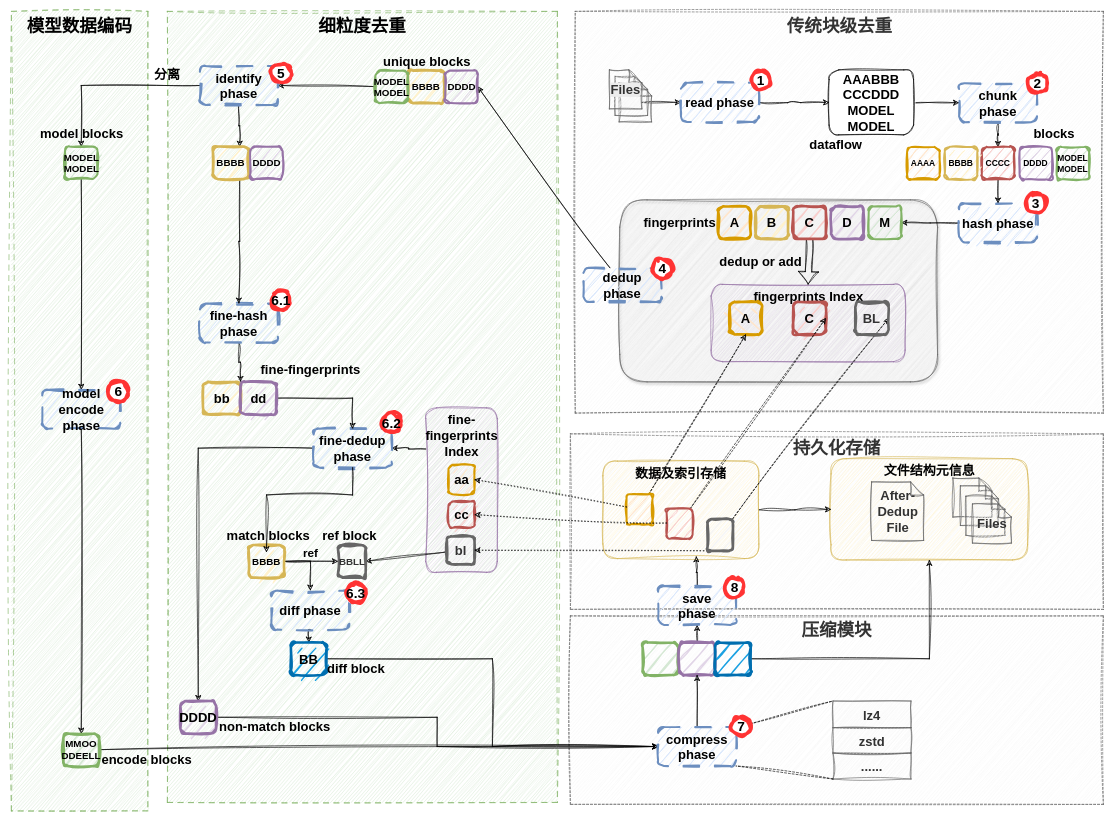
Above: figures/0309系统去重存储工作流.drawio in lucky6six/SJTU-lz (draw.io), before the change. Source tidied: cells renumbered, new cells numbered last; positions are measured from the earlier drawing's top-left corner, leaving out a move shared by most shapes. Both pictures are drawn from the tidied source at 65%, with x=0, y=0 at pixel (11, 11).
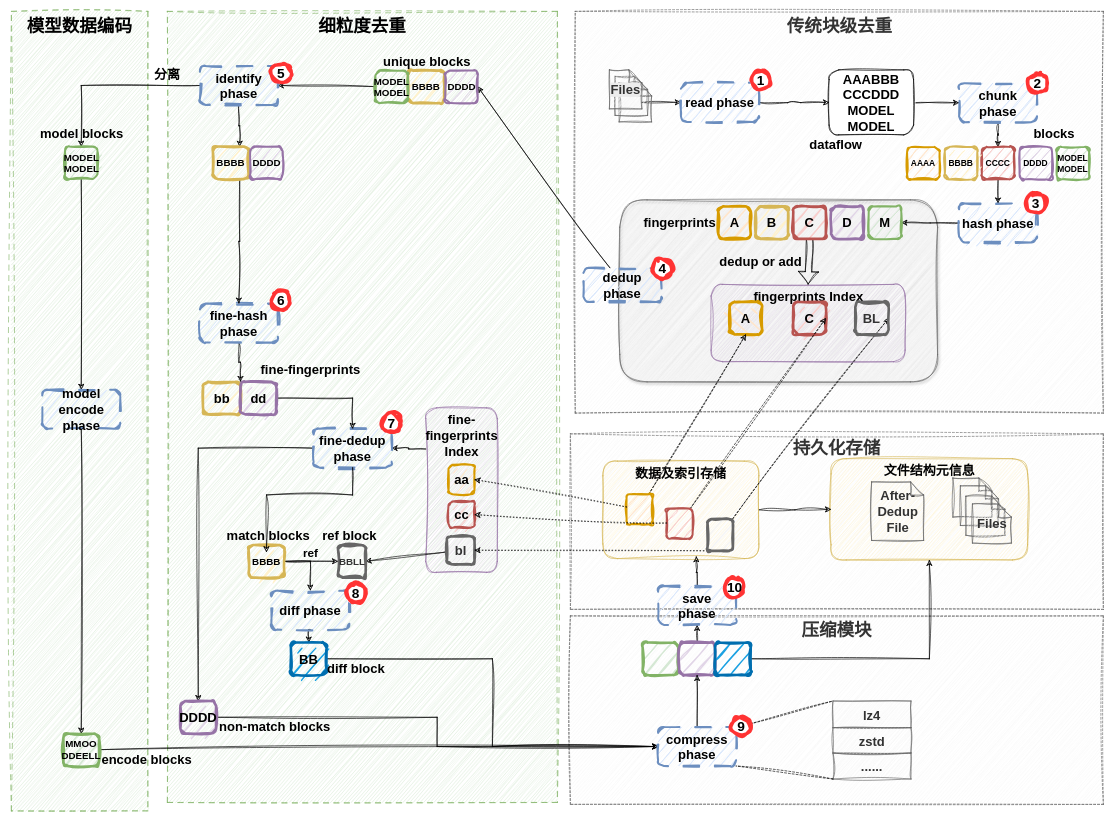
Above is the later version.

The edit, as a diff of the source:
```diff
@@
-    <mxCell id="126" value="6" style="ellipse;whiteSpace=wrap;html=1;strokeWidth=5;rotation=0;fontSize=21;fontStyle=1;strokeColor=#FF3333;sketch=1;curveFitting=1;jiggle=2;" parent="1" vertex="1">
-      <mxGeometry x="150" y="570" width="30" height="30" as="geometry" />
-    </mxCell>
-    <mxCell id="127" value="6.1" style="ellipse;whiteSpace=wrap;html=1;strokeWidth=5;rotation=0;fontSize=21;fontStyle=1;strokeColor=#FF3333;sketch=1;curveFitting=1;jiggle=2;" parent="1" vertex="1">
+    <mxCell id="127" value="6" style="ellipse;whiteSpace=wrap;html=1;strokeWidth=5;rotation=0;fontSize=21;fontStyle=1;strokeColor=#FF3333;sketch=1;curveFitting=1;jiggle=2;" parent="1" vertex="1">
       <mxGeometry x="400" y="430" width="30" height="30" as="geometry" />
     </mxCell>
-    <mxCell id="128" value="6.2" style="ellipse;whiteSpace=wrap;html=1;strokeWidth=5;rotation=0;fontSize=21;fontStyle=1;strokeColor=#FF3333;sketch=1;curveFitting=1;jiggle=2;" parent="1" vertex="1">
+    <mxCell id="128" value="7" style="ellipse;whiteSpace=wrap;html=1;strokeWidth=5;rotation=0;fontSize=21;fontStyle=1;strokeColor=#FF3333;sketch=1;curveFitting=1;jiggle=2;" parent="1" vertex="1">
       <mxGeometry x="570" y="618" width="30" height="30" as="geometry" />
     </mxCell>
-    <mxCell id="129" value="6.3" style="ellipse;whiteSpace=wrap;html=1;strokeWidth=5;rotation=0;fontSize=21;fontStyle=1;strokeColor=#FF3333;sketch=1;curveFitting=1;jiggle=2;" parent="1" vertex="1">
+    <mxCell id="129" value="8" style="ellipse;whiteSpace=wrap;html=1;strokeWidth=5;rotation=0;fontSize=21;fontStyle=1;strokeColor=#FF3333;sketch=1;curveFitting=1;jiggle=2;" parent="1" vertex="1">
       <mxGeometry x="515" y="880" width="30" height="30" as="geometry" />
     </mxCell>
@@
-    <mxCell id="131" value="7" style="ellipse;whiteSpace=wrap;html=1;strokeWidth=5;rotation=0;fontSize=21;fontStyle=1;strokeColor=#FF3333;sketch=1;curveFitting=1;jiggle=2;" parent="1" vertex="1">
+    <mxCell id="131" value="9" style="ellipse;whiteSpace=wrap;html=1;strokeWidth=5;rotation=0;fontSize=21;fontStyle=1;strokeColor=#FF3333;sketch=1;curveFitting=1;jiggle=2;" parent="1" vertex="1">
       <mxGeometry x="1107.5" y="1085" width="30" height="30" as="geometry" />
     </mxCell>
@@
-    <mxCell id="133" value="8" style="ellipse;whiteSpace=wrap;html=1;strokeWidth=5;rotation=0;fontSize=21;fontStyle=1;strokeColor=#FF3333;sketch=1;curveFitting=1;jiggle=2;" parent="1" vertex="1">
+    <mxCell id="133" value="10" style="ellipse;whiteSpace=wrap;html=1;strokeWidth=5;rotation=0;fontSize=21;fontStyle=1;strokeColor=#FF3333;sketch=1;curveFitting=1;jiggle=2;" parent="1" vertex="1">
       <mxGeometry x="1097.5" y="871" width="30" height="30" as="geometry" />
     </mxCell>
```
